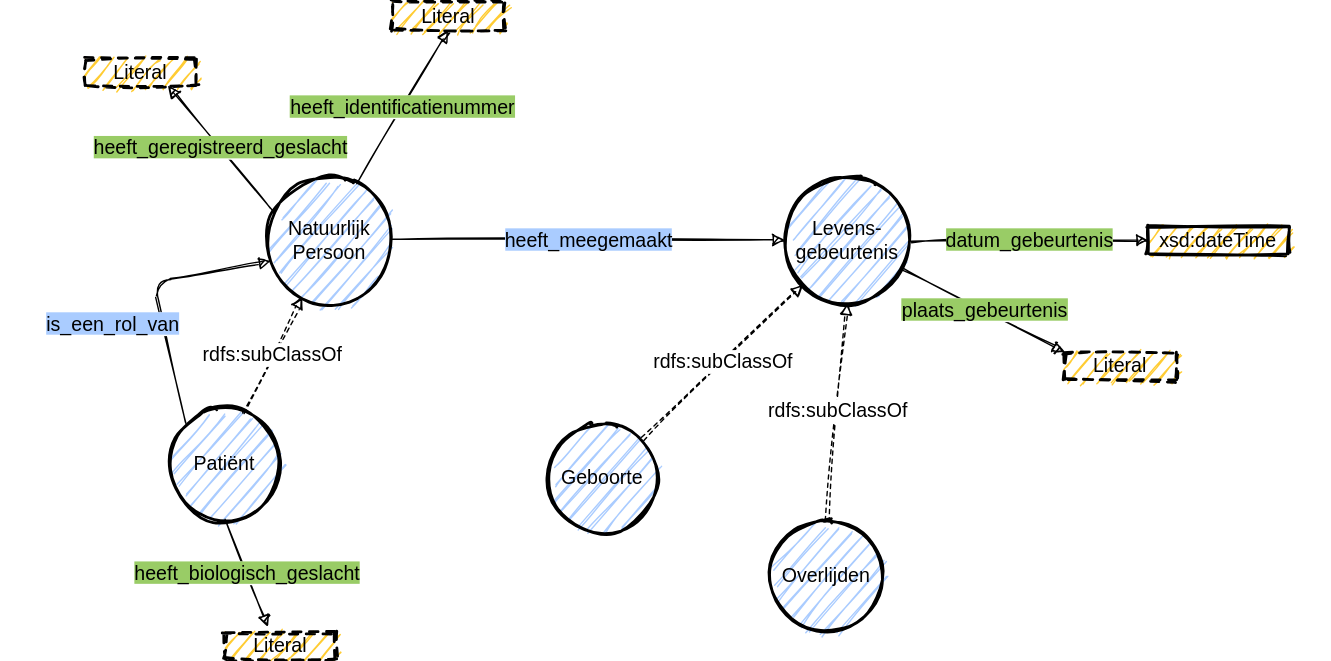
Earlier version of the draw.io export .gitbook/assets/motivation/logischmodel.svg (dizra/docs). Source tidied: cells renumbered, new cells last; positions are measured from the earlier drawing's top-left corner, leaving out a move shared by most shapes.
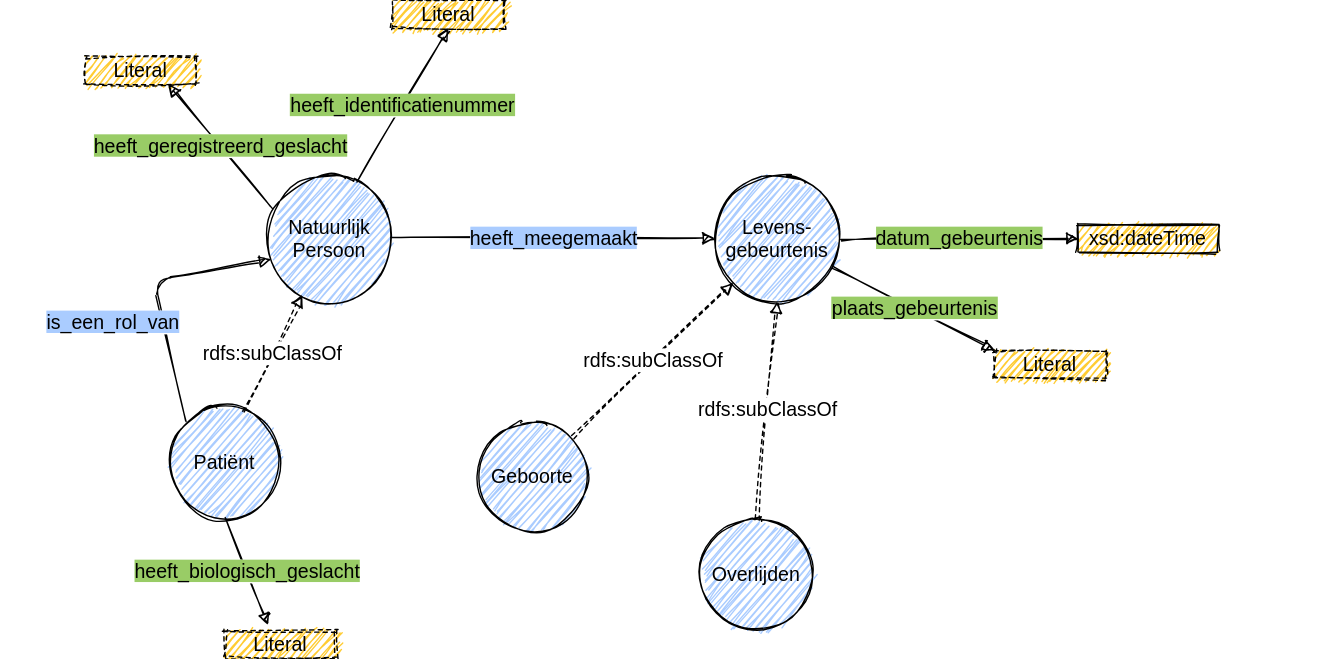
Above is the later version.

Diff of the diagram source:
```diff
@@ -2,13 +2,16 @@
   <root>
     <mxCell id="0" />
     <mxCell id="1" parent="0" />
+    <mxCell id="22" style="rounded=0;whiteSpace=wrap;html=1;noLabel=1;fontColor=none;fillColor=none;strokeColor=none;sketch=1;strokeWidth=1;" parent="1" vertex="1">
+      <mxGeometry y="190" width="950" height="60" as="geometry" />
+    </mxCell>
-    <mxCell id="2" value="Levens-gebeurtenis" style="ellipse;whiteSpace=wrap;html=1;rounded=0;shadow=0;glass=0;comic=0;strokeColor=#000000;strokeWidth=2;fillColor=#acf;gradientColor=none;fontSize=14;fontColor=#000000;align=center;sketch=1;" parent="1" vertex="1">
-      <mxGeometry x="560" y="125" width="90" height="90" as="geometry" />
+    <mxCell id="2" value="Levens-gebeurtenis" style="ellipse;whiteSpace=wrap;html=1;rounded=0;shadow=0;glass=0;comic=0;strokeColor=#000000;strokeWidth=1;fillColor=#acf;gradientColor=none;fontSize=14;fontColor=#000000;align=center;sketch=1;" parent="1" vertex="1">
+      <mxGeometry x="510" y="125" width="90" height="90" as="geometry" />
     </mxCell>
-    <mxCell id="3" value="Natuurlijk Persoon" style="ellipse;whiteSpace=wrap;html=1;rounded=0;shadow=0;glass=0;comic=0;strokeColor=#000000;strokeWidth=2;fillColor=#acf;gradientColor=none;fontSize=14;fontColor=#000000;align=center;sketch=1;" parent="1" vertex="1">
+    <mxCell id="3" value="Natuurlijk Persoon" style="ellipse;whiteSpace=wrap;html=1;rounded=0;shadow=0;glass=0;comic=0;strokeColor=#000000;strokeWidth=1;fillColor=#acf;gradientColor=none;fontSize=14;fontColor=#000000;align=center;sketch=1;" parent="1" vertex="1">
       <mxGeometry x="190" y="125" width="90" height="90" as="geometry" />
     </mxCell>
-    <mxCell id="4" value="Patiënt" style="ellipse;whiteSpace=wrap;html=1;rounded=0;shadow=0;glass=0;comic=0;strokeColor=#000000;strokeWidth=2;fillColor=#acf;gradientColor=none;fontSize=14;fontColor=#000000;align=center;sketch=1;" parent="1" vertex="1">
+    <mxCell id="4" value="Patiënt" style="ellipse;whiteSpace=wrap;html=1;rounded=0;shadow=0;glass=0;comic=0;strokeColor=#000000;strokeWidth=1;fillColor=#acf;gradientColor=none;fontSize=14;fontColor=#000000;align=center;sketch=1;" parent="1" vertex="1">
       <mxGeometry x="120" y="290" width="80" height="80" as="geometry" />
     </mxCell>
     <mxCell id="5" value="rdfs:subClassOf" style="endArrow=block;html=1;strokeColor=#000000;fontSize=14;fontColor=#000000;endFill=0;dashed=1;exitX=0.663;exitY=0.05;exitDx=0;exitDy=0;exitPerimeter=0;sketch=1;" parent="1" edge="1" source="4" target="3">
@@ -24,14 +27,14 @@
         </Array>
       </mxGeometry>
     </mxCell>
-    <mxCell id="8" value="Literal" style="whiteSpace=wrap;html=1;rounded=0;shadow=0;glass=0;comic=0;strokeColor=#000000;strokeWidth=2;fillColor=#fc3;gradientColor=none;fontSize=14;fontColor=#000000;align=center;dashed=1;sketch=1;" parent="1" vertex="1">
+    <mxCell id="8" value="Literal" style="whiteSpace=wrap;html=1;rounded=0;shadow=0;glass=0;comic=0;strokeColor=#000000;strokeWidth=1;fillColor=#fc3;gradientColor=none;fontSize=14;fontColor=#000000;align=center;dashed=1;sketch=1;" parent="1" vertex="1">
       <mxGeometry x="280" width="80" height="20" as="geometry" />
     </mxCell>
     <mxCell id="9" value="&lt;span style=&quot;background-color: rgb(153 , 204 , 102)&quot;&gt;heeft_identificatienummer&lt;/span&gt;" style="endArrow=block;html=1;strokeColor=#000000;fontSize=14;fontColor=#000000;endFill=1;entryX=0.5;entryY=1;entryDx=0;entryDy=0;exitX=0.722;exitY=0.044;exitDx=0;exitDy=0;exitPerimeter=0;sketch=1;" parent="1" edge="1" source="3" target="8">
       <mxGeometry relative="1" as="geometry" />
     </mxCell>
-    <mxCell id="10" value="Geboorte" style="ellipse;whiteSpace=wrap;html=1;rounded=0;shadow=0;glass=0;comic=0;strokeColor=#000000;strokeWidth=2;fillColor=#acf;gradientColor=none;fontSize=14;fontColor=#000000;align=center;sketch=1;" parent="1" vertex="1">
-      <mxGeometry x="390" y="300" width="80" height="80" as="geometry" />
+    <mxCell id="10" value="Geboorte" style="ellipse;whiteSpace=wrap;html=1;rounded=0;shadow=0;glass=0;comic=0;strokeColor=#000000;strokeWidth=1;fillColor=#acf;gradientColor=none;fontSize=14;fontColor=#000000;align=center;sketch=1;" parent="1" vertex="1">
+      <mxGeometry x="340" y="300" width="80" height="80" as="geometry" />
     </mxCell>
     <mxCell id="11" value="rdfs:subClassOf" style="endArrow=block;html=1;strokeColor=#000000;fontSize=14;fontColor=#000000;endFill=0;dashed=1;entryX=0;entryY=1;entryDx=0;entryDy=0;sketch=1;" parent="1" edge="1" source="10" target="2">
       <mxGeometry relative="1" as="geometry" />
@@ -39,35 +42,32 @@
     <mxCell id="12" value="&lt;span style=&quot;background-color: rgb(153 , 204 , 102)&quot;&gt;datum_gebeurtenis&lt;/span&gt;" style="endArrow=block;html=1;strokeColor=#000000;fontSize=14;fontColor=#000000;endFill=1;entryX=0;entryY=0.5;entryDx=0;entryDy=0;exitX=1;exitY=0.5;exitDx=0;exitDy=0;sketch=1;" parent="1" edge="1" source="2" target="13">
       <mxGeometry relative="1" as="geometry" />
     </mxCell>
-    <mxCell id="13" value="xsd:dateTime" style="whiteSpace=wrap;html=1;rounded=0;shadow=0;glass=0;comic=0;strokeColor=#000000;strokeWidth=2;fillColor=#fc3;gradientColor=none;fontSize=14;fontColor=#000000;align=center;sketch=1;" parent="1" vertex="1">
-      <mxGeometry x="820" y="160" width="100" height="20" as="geometry" />
+    <mxCell id="13" value="xsd:dateTime" style="whiteSpace=wrap;html=1;rounded=0;shadow=0;glass=0;comic=0;strokeColor=#000000;strokeWidth=1;fillColor=#fc3;gradientColor=none;fontSize=14;fontColor=#000000;align=center;sketch=1;" parent="1" vertex="1">
+      <mxGeometry x="770" y="160" width="100" height="20" as="geometry" />
     </mxCell>
-    <mxCell id="14" value="Literal" style="whiteSpace=wrap;html=1;rounded=0;shadow=0;glass=0;comic=0;strokeColor=#000000;strokeWidth=2;fillColor=#fc3;gradientColor=none;fontSize=14;fontColor=#000000;align=center;dashed=1;sketch=1;" parent="1" vertex="1">
+    <mxCell id="14" value="Literal" style="whiteSpace=wrap;html=1;rounded=0;shadow=0;glass=0;comic=0;strokeColor=#000000;strokeWidth=1;fillColor=#fc3;gradientColor=none;fontSize=14;fontColor=#000000;align=center;dashed=1;sketch=1;" parent="1" vertex="1">
       <mxGeometry x="160" y="450" width="80" height="20" as="geometry" />
     </mxCell>
     <mxCell id="15" value="&lt;span style=&quot;background-color: rgb(153 , 204 , 102)&quot;&gt;heeft_biologisch_geslacht&lt;/span&gt;" style="endArrow=block;html=1;strokeColor=#000000;fontSize=14;fontColor=#000000;endFill=1;entryX=0.388;entryY=-0.2;entryDx=0;entryDy=0;exitX=0.5;exitY=1;exitDx=0;exitDy=0;entryPerimeter=0;sketch=1;" parent="1" edge="1" source="4" target="14">
       <mxGeometry relative="1" as="geometry" />
     </mxCell>
-    <mxCell id="16" value="Literal" style="whiteSpace=wrap;html=1;rounded=0;shadow=0;glass=0;comic=0;strokeColor=#000000;strokeWidth=2;fillColor=#fc3;gradientColor=none;fontSize=14;fontColor=#000000;align=center;dashed=1;sketch=1;" parent="1" vertex="1">
-      <mxGeometry x="760" y="250" width="80" height="20" as="geometry" />
+    <mxCell id="16" value="Literal" style="whiteSpace=wrap;html=1;rounded=0;shadow=0;glass=0;comic=0;strokeColor=#000000;strokeWidth=1;fillColor=#fc3;gradientColor=none;fontSize=14;fontColor=#000000;align=center;dashed=1;sketch=1;" parent="1" vertex="1">
+      <mxGeometry x="710" y="250" width="80" height="20" as="geometry" />
     </mxCell>
     <mxCell id="17" value="&lt;span style=&quot;background-color: rgb(153 , 204 , 102)&quot;&gt;plaats_gebeurtenis&lt;/span&gt;" style="endArrow=block;html=1;strokeColor=#000000;fontSize=14;fontColor=#000000;endFill=1;entryX=0;entryY=0;entryDx=0;entryDy=0;sketch=1;" parent="1" edge="1" source="2" target="16">
       <mxGeometry relative="1" as="geometry" />
     </mxCell>
-    <mxCell id="18" value="Literal" style="whiteSpace=wrap;html=1;rounded=0;shadow=0;glass=0;comic=0;strokeColor=#000000;strokeWidth=2;fillColor=#fc3;gradientColor=none;fontSize=14;fontColor=#000000;align=center;dashed=1;sketch=1;" parent="1" vertex="1">
+    <mxCell id="18" value="Literal" style="whiteSpace=wrap;html=1;rounded=0;shadow=0;glass=0;comic=0;strokeColor=#000000;strokeWidth=1;fillColor=#fc3;gradientColor=none;fontSize=14;fontColor=#000000;align=center;dashed=1;sketch=1;" parent="1" vertex="1">
       <mxGeometry x="60" y="40" width="80" height="20" as="geometry" />
     </mxCell>
     <mxCell id="19" value="&lt;span style=&quot;background-color: rgb(153 , 204 , 102)&quot;&gt;heeft_geregistreerd_geslacht&lt;/span&gt;" style="endArrow=block;html=1;strokeColor=#000000;fontSize=14;fontColor=#000000;endFill=1;entryX=0.75;entryY=1;entryDx=0;entryDy=0;exitX=0.044;exitY=0.256;exitDx=0;exitDy=0;exitPerimeter=0;sketch=1;" parent="1" edge="1" source="3" target="18">
       <mxGeometry relative="1" as="geometry" />
     </mxCell>
-    <mxCell id="20" value="Overlijden" style="ellipse;whiteSpace=wrap;html=1;rounded=0;shadow=0;glass=0;comic=0;strokeColor=#000000;strokeWidth=2;fillColor=#acf;gradientColor=none;fontSize=14;fontColor=#000000;align=center;sketch=1;" parent="1" vertex="1">
-      <mxGeometry x="550" y="370" width="80" height="80" as="geometry" />
+    <mxCell id="20" value="Overlijden" style="ellipse;whiteSpace=wrap;html=1;rounded=0;shadow=0;glass=0;comic=0;strokeColor=#000000;strokeWidth=1;fillColor=#acf;gradientColor=none;fontSize=14;fontColor=#000000;align=center;sketch=1;" parent="1" vertex="1">
+      <mxGeometry x="500" y="370" width="80" height="80" as="geometry" />
     </mxCell>
     <mxCell id="21" value="rdfs:subClassOf" style="endArrow=block;html=1;strokeColor=#000000;fontSize=14;fontColor=#000000;endFill=0;dashed=1;entryX=0.5;entryY=1;entryDx=0;entryDy=0;exitX=0.5;exitY=0;exitDx=0;exitDy=0;sketch=1;" parent="1" edge="1" source="20" target="2">
       <mxGeometry relative="1" as="geometry" />
     </mxCell>
-    <mxCell id="22" style="rounded=0;whiteSpace=wrap;html=1;noLabel=1;fontColor=none;fillColor=none;strokeColor=none;sketch=1;" parent="1" vertex="1">
-      <mxGeometry y="210" width="950" height="60" as="geometry" />
-    </mxCell>
   </root>
 </mxGraphModel>
```
